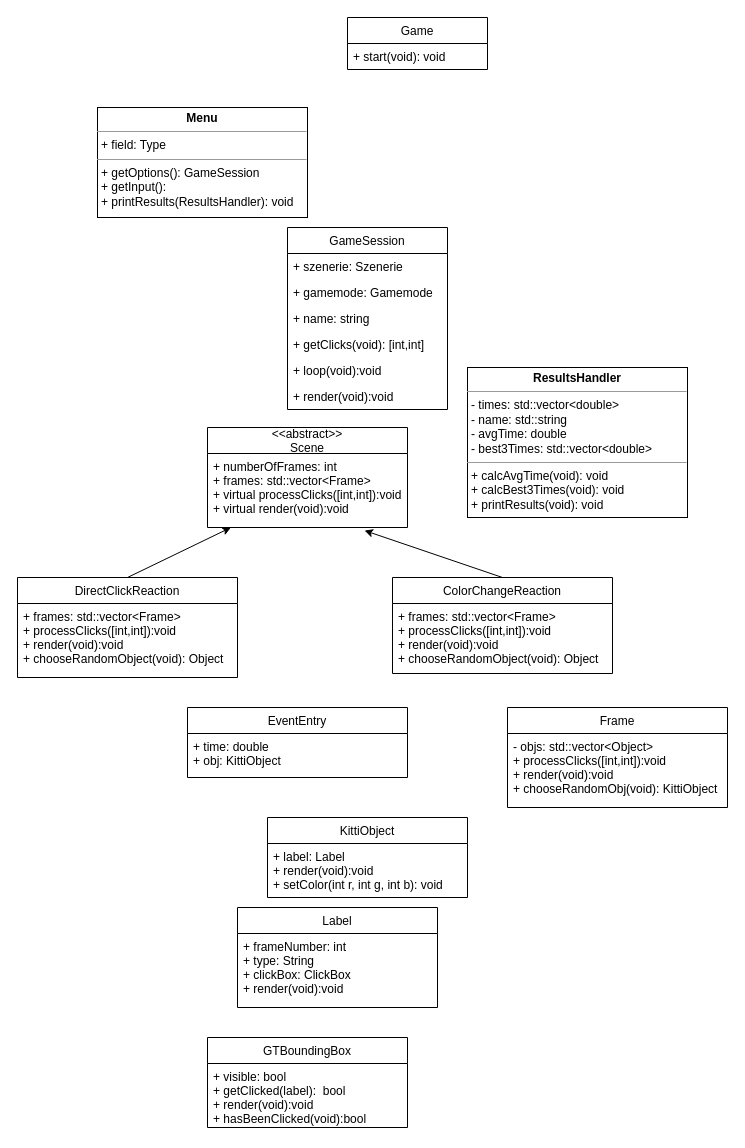
This is Klassendiagramm-uml.drawio from Andre-4949/ReactionGame, a draw.io file, before an edit. Source tidied: cells renumbered, new cells numbered last; positions are measured from the earlier drawing's top-left corner, leaving out a move shared by most shapes. Both pictures are drawn from the tidied source at 100%, with x=0, y=0 at pixel (17, 17).
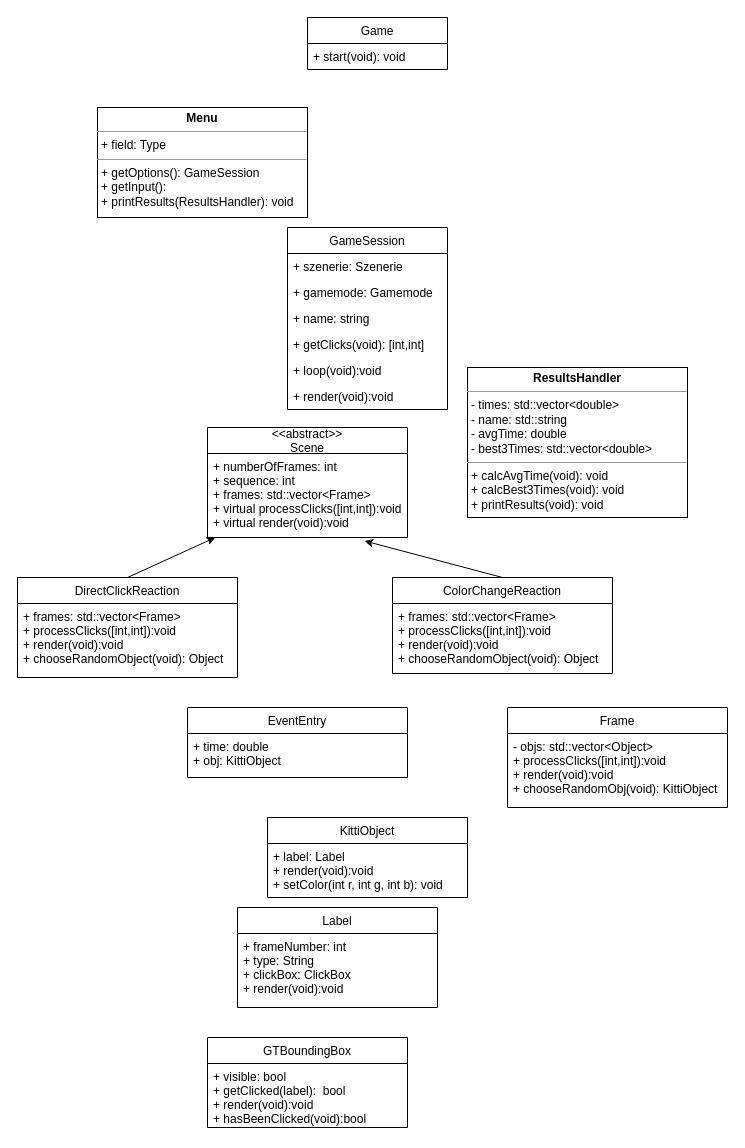
The same diagram, later.

Diff of the diagram source:
```diff
@@
     <mxCell id="3" value="&lt;&lt;abstract&gt;&gt;&#10;Scene" style="swimlane;fontStyle=0;horizontal=1;startSize=26;fillColor=none;" parent="1" vertex="1">
-      <mxGeometry x="190" y="410" width="200" height="100" as="geometry" />
+      <mxGeometry x="190" y="410" width="200" height="110" as="geometry" />
     </mxCell>
-    <mxCell id="4" value="+ numberOfFrames: int&#10;+ frames: std::vector&lt;Frame&gt;&#10;+ virtual processClicks([int,int]):void&#10;+ virtual render(void):void" style="text;strokeColor=none;fillColor=none;align=left;verticalAlign=top;spacingLeft=4;spacingRight=4;overflow=hidden;points=[[0,0.5],[1,0.5]];portConstraint=eastwest;fontStyle=0;" parent="3" vertex="1">
-      <mxGeometry y="26" width="200" height="74" as="geometry" />
+    <mxCell id="4" value="+ numberOfFrames: int&#10;+ sequence: int&#10;+ frames: std::vector&lt;Frame&gt;&#10;+ virtual processClicks([int,int]):void&#10;+ virtual render(void):void" style="text;strokeColor=none;fillColor=none;align=left;verticalAlign=top;spacingLeft=4;spacingRight=4;overflow=hidden;points=[[0,0.5],[1,0.5]];portConstraint=eastwest;fontStyle=0;" parent="3" vertex="1">
+      <mxGeometry y="26" width="200" height="84" as="geometry" />
     </mxCell>
@@
     <mxCell id="12" value="Game" style="swimlane;fontStyle=0;horizontal=1;startSize=26;fillColor=none;" parent="1" vertex="1">
-      <mxGeometry x="330" width="140" height="52" as="geometry" />
+      <mxGeometry x="290" width="140" height="52" as="geometry" />
     </mxCell>
```
